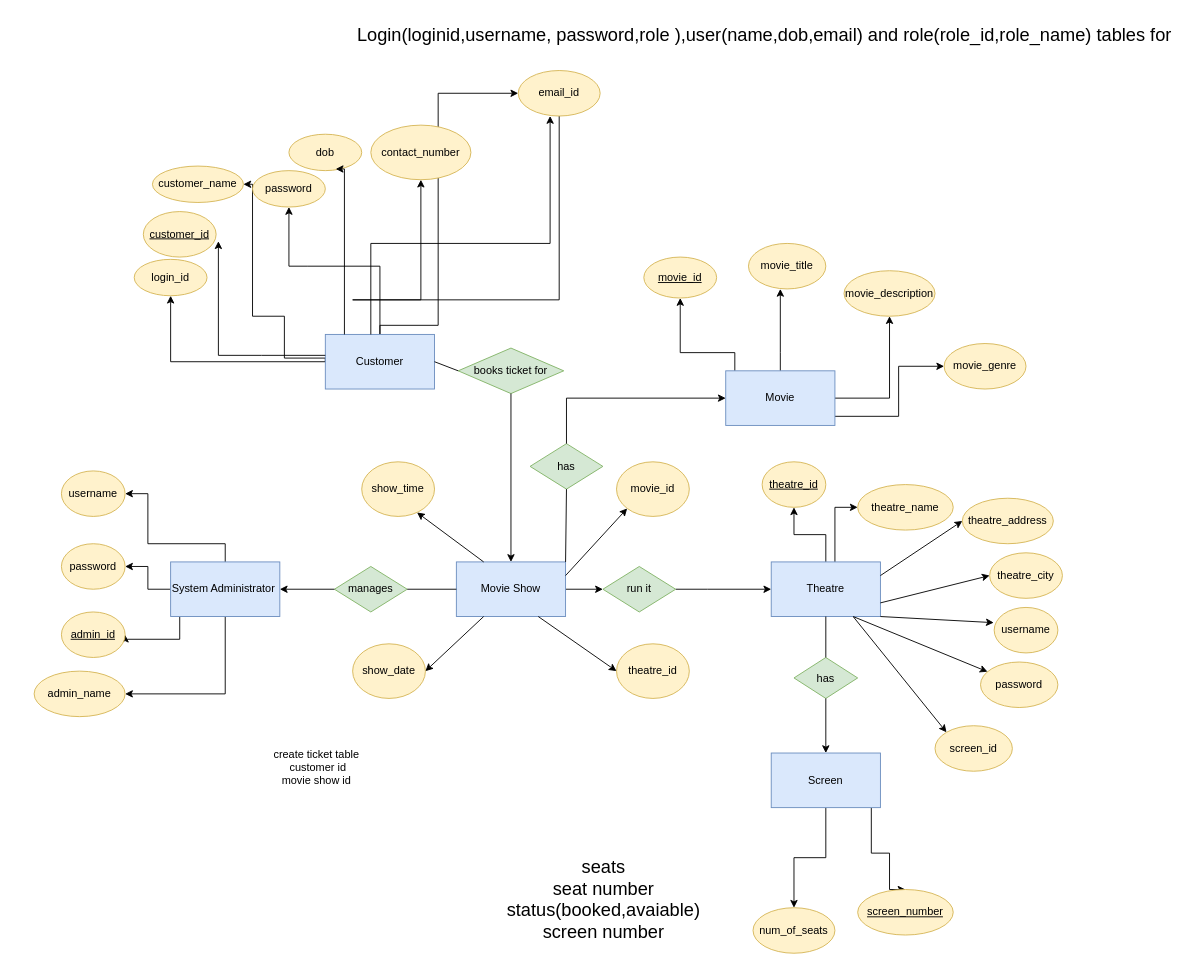
This is page "Page-2" (2 of 2) of usecase diagram.drawio from abhihksd/MovieBookingWebsite, a draw.io file, before an edit. Source tidied: cells renumbered, new cells numbered last; positions are measured from the earlier drawing's top-left corner, leaving out a move shared by most shapes. Both pictures are drawn from the tidied source at 91%, with x=0, y=0 at pixel (34, 15).
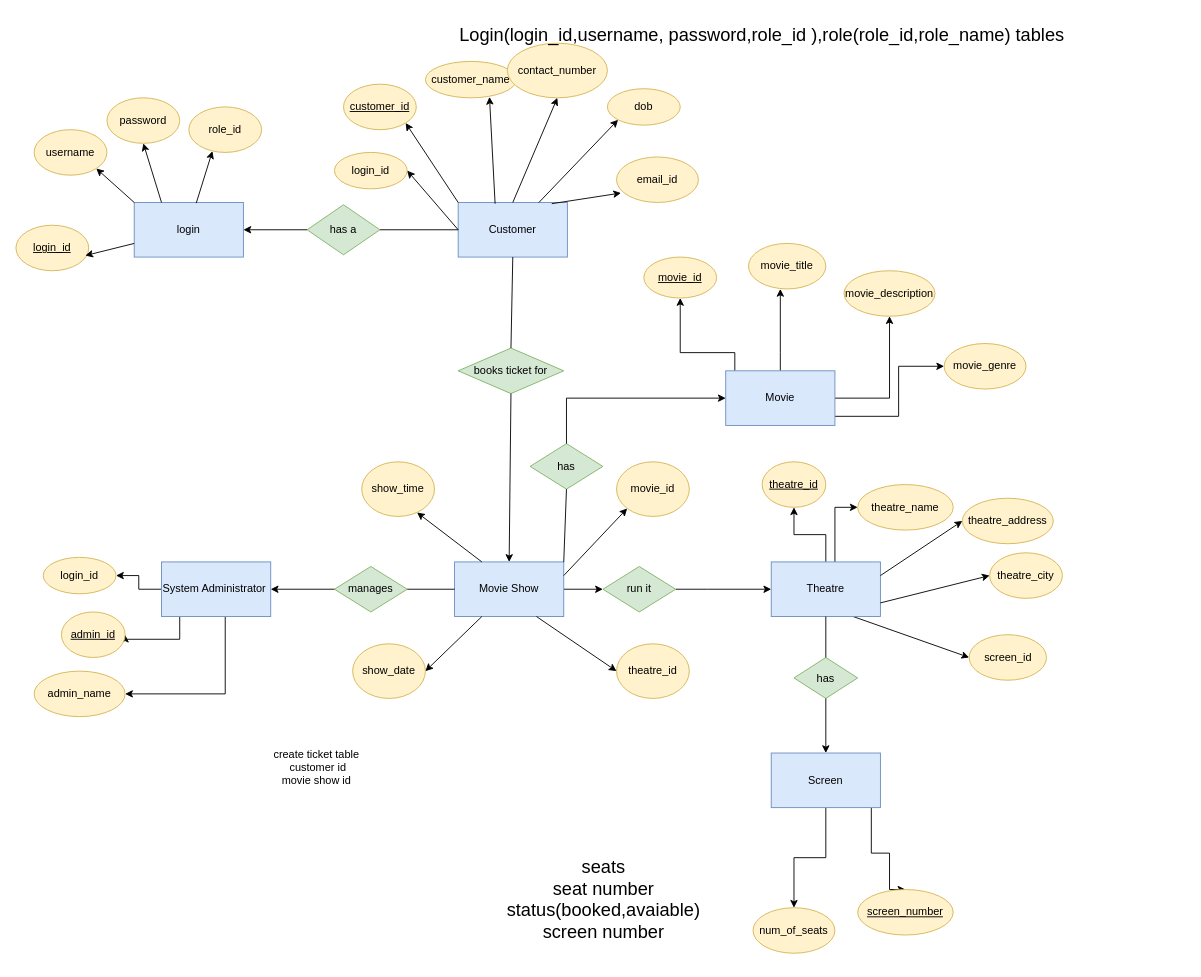
Above is the later version.

The change refers to these unchanged cells:
```xml
<mxCell id="13" value="Theatre" style="rounded=0;whiteSpace=wrap;html=1;fillColor=#dae8fc;strokeColor=#6c8ebf;" parent="1" vertex="1">
  <mxGeometry x="810" y="600" width="120" height="60" as="geometry" />
</mxCell>
<mxCell id="28" value="books ticket for" style="rhombus;whiteSpace=wrap;html=1;fillColor=#d5e8d4;strokeColor=#82b366;" parent="1" vertex="1">
  <mxGeometry x="466" y="365" width="116" height="50" as="geometry" />
</mxCell>
```

What changed in the source:
```diff
@@
     <mxCell id="3" value="Movie Show" style="rounded=0;whiteSpace=wrap;html=1;fillColor=#dae8fc;strokeColor=#6c8ebf;" parent="1" vertex="1">
-      <mxGeometry x="464" y="600" width="120" height="60" as="geometry" />
+      <mxGeometry x="462" y="600" width="120" height="60" as="geometry" />
     </mxCell>
-    <mxCell id="4" style="edgeStyle=orthogonalEdgeStyle;rounded=0;jettySize=auto;html=1;entryX=1;entryY=0.5;entryDx=0;entryDy=0;exitX=0;exitY=0.5;exitDx=0;exitDy=0;" parent="1" edge="1" source="9" target="42">
-      <mxGeometry relative="1" as="geometry">
-        <Array as="points">
-          <mxPoint x="344" y="376" />
-          <mxPoint x="275" y="376" />
-          <mxPoint x="275" y="330" />
-          <mxPoint x="240" y="330" />
-          <mxPoint x="240" y="290" />
-        </Array>
-      </mxGeometry>
-    </mxCell>
-    <mxCell id="5" style="edgeStyle=orthogonalEdgeStyle;rounded=0;jettySize=auto;html=1;" parent="1" edge="1" source="9" target="81">
-      <mxGeometry relative="1" as="geometry">
-        <Array as="points">
-          <mxPoint x="380" y="340" />
-          <mxPoint x="444" y="340" />
-        </Array>
-      </mxGeometry>
-    </mxCell>
-    <mxCell id="6" style="edgeStyle=orthogonalEdgeStyle;rounded=0;jettySize=auto;html=1;entryX=0.5;entryY=1;entryDx=0;entryDy=0;" parent="1" edge="1" source="81" target="44">
-      <mxGeometry relative="1" as="geometry">
-        <Array as="points">
-          <mxPoint x="350" y="312" />
-          <mxPoint x="405" y="312" />
-        </Array>
-      </mxGeometry>
-    </mxCell>
-    <mxCell id="7" style="edgeStyle=orthogonalEdgeStyle;rounded=0;jettySize=auto;html=1;" parent="1" edge="1" source="9" target="67">
-      <mxGeometry relative="1" as="geometry" />
-    </mxCell>
-    <mxCell id="8" style="edgeStyle=orthogonalEdgeStyle;rounded=0;jettySize=auto;html=1;entryX=0.5;entryY=1;entryDx=0;entryDy=0;" parent="1" edge="1" source="9" target="66">
-      <mxGeometry relative="1" as="geometry">
-        <Array as="points">
-          <mxPoint x="300" y="275" />
-          <mxPoint x="230" y="275" />
-        </Array>
-      </mxGeometry>
-    </mxCell>
     <mxCell id="9" value="Customer" style="rounded=0;whiteSpace=wrap;html=1;fillColor=#dae8fc;strokeColor=#6c8ebf;" parent="1" vertex="1">
-      <mxGeometry x="320" y="350" width="120" height="60" as="geometry" />
+      <mxGeometry x="466" y="205" width="120" height="60" as="geometry" />
     </mxCell>
@@
-    <mxCell id="12" style="rounded=0;jettySize=auto;html=1;exitX=0.75;exitY=1;exitDx=0;exitDy=0;entryX=0;entryY=0;entryDx=0;entryDy=0;" parent="1" edge="1" source="13" target="76">
+    <mxCell id="12" style="rounded=0;jettySize=auto;html=1;exitX=0.75;exitY=1;exitDx=0;exitDy=0;entryX=0;entryY=0.5;entryDx=0;entryDy=0;" parent="1" edge="1" source="13" target="76">
       <mxGeometry relative="1" as="geometry" />
     </mxCell>
@@
-    <mxCell id="19" style="edgeStyle=orthogonalEdgeStyle;rounded=0;jettySize=auto;html=1;entryX=1;entryY=0.5;entryDx=0;entryDy=0;" parent="1" edge="1" source="23" target="48">
+    <mxCell id="19" style="edgeStyle=orthogonalEdgeStyle;rounded=0;jettySize=auto;html=1;entryX=1;entryY=0.5;entryDx=0;entryDy=0;" parent="1" edge="1" source="23" target="83">
       <mxGeometry relative="1" as="geometry" />
     </mxCell>
@@
-    <mxCell id="21" style="edgeStyle=orthogonalEdgeStyle;rounded=0;jettySize=auto;html=1;entryX=1;entryY=0.5;entryDx=0;entryDy=0;" parent="1" edge="1" source="23" target="47">
-      <mxGeometry relative="1" as="geometry">
-        <Array as="points">
-          <mxPoint x="210" y="580" />
-          <mxPoint x="125" y="580" />
-          <mxPoint x="125" y="525" />
-        </Array>
-      </mxGeometry>
-    </mxCell>
@@
     <mxCell id="23" value="System Administrator&amp;nbsp;" style="rounded=0;whiteSpace=wrap;html=1;fillColor=#dae8fc;strokeColor=#6c8ebf;" parent="1" vertex="1">
-      <mxGeometry x="150" y="600" width="120" height="60" as="geometry" />
+      <mxGeometry x="140" y="600" width="120" height="60" as="geometry" />
     </mxCell>
@@
-    <mxCell id="29" style="endArrow=none;html=1;rounded=0;exitX=1;exitY=0.5;exitDx=0;exitDy=0;entryX=0;entryY=0.5;entryDx=0;entryDy=0;" parent="1" edge="1" source="9" target="28">
-      <mxGeometry relative="1" as="geometry" />
-    </mxCell>
@@
     <mxCell id="41" value="&lt;u&gt;customer_id&lt;/u&gt;" style="ellipse;whiteSpace=wrap;html=1;fillColor=#fff2cc;strokeColor=#d6b656;" parent="1" vertex="1">
-      <mxGeometry x="120" y="215" width="80" height="50" as="geometry" />
+      <mxGeometry x="340" y="75" width="80" height="50" as="geometry" />
     </mxCell>
     <mxCell id="42" value="customer_name" style="ellipse;whiteSpace=wrap;html=1;fillColor=#fff2cc;strokeColor=#d6b656;" parent="1" vertex="1">
-      <mxGeometry x="130" y="165" width="100" height="40" as="geometry" />
+      <mxGeometry x="430" y="50" width="100" height="40" as="geometry" />
     </mxCell>
     <mxCell id="43" value="dob" style="ellipse;whiteSpace=wrap;html=1;fillColor=#fff2cc;strokeColor=#d6b656;" parent="1" vertex="1">
-      <mxGeometry x="280" y="130" width="80" height="40" as="geometry" />
+      <mxGeometry x="630" y="80" width="80" height="40" as="geometry" />
     </mxCell>
     <mxCell id="44" value="contact_number" style="ellipse;whiteSpace=wrap;html=1;fillColor=#fff2cc;strokeColor=#d6b656;" parent="1" vertex="1">
-      <mxGeometry x="370" y="120" width="110" height="60" as="geometry" />
+      <mxGeometry x="520" y="30" width="110" height="60" as="geometry" />
     </mxCell>
-    <mxCell id="45" style="edgeStyle=orthogonalEdgeStyle;rounded=0;jettySize=auto;html=1;entryX=1.031;entryY=0.652;entryDx=0;entryDy=0;entryPerimeter=0;" parent="1" edge="1" source="9" target="41">
-      <mxGeometry relative="1" as="geometry">
-        <Array as="points">
-          <mxPoint x="250" y="373" />
-          <mxPoint x="250" y="373" />
-        </Array>
-      </mxGeometry>
-    </mxCell>
-    <mxCell id="46" style="edgeStyle=orthogonalEdgeStyle;rounded=0;jettySize=auto;html=1;entryX=0.643;entryY=0.955;entryDx=0;entryDy=0;entryPerimeter=0;" parent="1" edge="1" source="9" target="43">
-      <mxGeometry relative="1" as="geometry">
-        <Array as="points">
-          <mxPoint x="341" y="310" />
-          <mxPoint x="341" y="310" />
-        </Array>
-      </mxGeometry>
-    </mxCell>
-    <mxCell id="47" value="username" style="ellipse;whiteSpace=wrap;html=1;fillColor=#fff2cc;strokeColor=#d6b656;" parent="1" vertex="1">
-      <mxGeometry x="30" y="500" width="70" height="50" as="geometry" />
-    </mxCell>
-    <mxCell id="48" value="password" style="ellipse;whiteSpace=wrap;html=1;fillColor=#fff2cc;strokeColor=#d6b656;" parent="1" vertex="1">
-      <mxGeometry x="30" y="580" width="70" height="50" as="geometry" />
-    </mxCell>
@@
-    <mxCell id="62" value="username" style="ellipse;whiteSpace=wrap;html=1;fillColor=#fff2cc;strokeColor=#d6b656;" parent="1" vertex="1">
-      <mxGeometry x="1055" y="650" width="70" height="50" as="geometry" />
-    </mxCell>
-    <mxCell id="63" value="password" style="ellipse;whiteSpace=wrap;html=1;fillColor=#fff2cc;strokeColor=#d6b656;" parent="1" vertex="1">
-      <mxGeometry x="1040" y="710" width="85" height="50" as="geometry" />
-    </mxCell>
@@
-    <mxCell id="66" value="password" style="ellipse;whiteSpace=wrap;html=1;fillColor=#fff2cc;strokeColor=#d6b656;" parent="1" vertex="1">
-      <mxGeometry x="240" y="170" width="80" height="40" as="geometry" />
-    </mxCell>
     <mxCell id="67" value="login_id" style="ellipse;whiteSpace=wrap;html=1;fillColor=#fff2cc;strokeColor=#d6b656;" parent="1" vertex="1">
-      <mxGeometry x="110" y="267.5" width="80" height="40" as="geometry" />
+      <mxGeometry x="330" y="150" width="80" height="40" as="geometry" />
     </mxCell>
@@
-    <mxCell id="74" style="endArrow=classic;html=1;rounded=0;entryX=-0.007;entryY=0.335;entryDx=0;entryDy=0;entryPerimeter=0;exitX=1;exitY=1;exitDx=0;exitDy=0;" parent="1" edge="1" source="13" target="62">
-      <mxGeometry relative="1" as="geometry" />
-    </mxCell>
-    <mxCell id="75" style="endArrow=classic;html=1;rounded=0;exitX=0.75;exitY=1;exitDx=0;exitDy=0;" parent="1" edge="1" source="13" target="63">
-      <mxGeometry relative="1" as="geometry" />
-    </mxCell>
     <mxCell id="76" value="screen_id" style="ellipse;whiteSpace=wrap;html=1;fillColor=#fff2cc;strokeColor=#d6b656;" parent="1" vertex="1">
-      <mxGeometry x="990" y="780" width="85" height="50" as="geometry" />
+      <mxGeometry x="1027.5" y="680" width="85" height="50" as="geometry" />
     </mxCell>
@@
-    <mxCell id="80" style="edgeStyle=orthogonalEdgeStyle;rounded=0;orthogonalLoop=1;jettySize=auto;html=1;entryX=0.5;entryY=1;entryDx=0;entryDy=0;" parent="1" edge="1">
-      <mxGeometry relative="1" as="geometry">
-        <mxPoint x="370" y="350" as="sourcePoint" />
-        <mxPoint x="567" y="110" as="targetPoint" />
-        <Array as="points">
-          <mxPoint x="370" y="250" />
-          <mxPoint x="567" y="250" />
-        </Array>
-      </mxGeometry>
-    </mxCell>
     <mxCell id="81" value="email_id" style="ellipse;whiteSpace=wrap;html=1;fillColor=#fff2cc;strokeColor=#d6b656;" parent="1" vertex="1">
-      <mxGeometry x="532" y="60" width="90" height="50" as="geometry" />
+      <mxGeometry x="640" y="155" width="90" height="50" as="geometry" />
     </mxCell>
-    <mxCell id="82" value="&lt;font style=&quot;font-size: 20px;&quot;&gt;Login(loginid,username, password,role ),user(name,dob,email) and role(role_id,role_name) tables for&amp;nbsp;&lt;/font&gt;" style="text;html=1;align=center;verticalAlign=middle;strokeColor=none;fillColor=none;" parent="1" vertex="1">
-      <mxGeometry x="345" width="920" height="40" as="geometry" />
+    <mxCell id="82" value="&lt;font style=&quot;font-size: 20px;&quot;&gt;Login(login_id,username, password,role_id ),role(role_id,role_name) tables&amp;nbsp;&amp;nbsp;&lt;/font&gt;" style="text;html=1;align=center;verticalAlign=middle;strokeColor=none;fillColor=none;" parent="1" vertex="1">
+      <mxGeometry x="455" width="700" height="40" as="geometry" />
     </mxCell>
+    <mxCell id="83" value="login_id" style="ellipse;whiteSpace=wrap;html=1;fillColor=#fff2cc;strokeColor=#d6b656;" parent="1" vertex="1">
+      <mxGeometry x="10" y="595" width="80" height="40" as="geometry" />
+    </mxCell>
+    <mxCell id="84" style="endArrow=none;html=1;rounded=0;entryX=0.5;entryY=1;entryDx=0;entryDy=0;exitX=0.5;exitY=0;exitDx=0;exitDy=0;" parent="1" edge="1" source="28" target="9">
+      <mxGeometry relative="1" as="geometry" />
+    </mxCell>
+    <mxCell id="7" style="endArrow=classic;html=1;rounded=0;entryX=1;entryY=0.5;entryDx=0;entryDy=0;exitX=0;exitY=0.5;exitDx=0;exitDy=0;" parent="1" edge="1" source="9" target="67">
+      <mxGeometry relative="1" as="geometry" />
+    </mxCell>
+    <mxCell id="45" style="endArrow=classic;html=1;rounded=0;entryX=1;entryY=1;entryDx=0;entryDy=0;exitX=0;exitY=0;exitDx=0;exitDy=0;" parent="1" edge="1" source="9" target="41">
+      <mxGeometry relative="1" as="geometry" />
+    </mxCell>
+    <mxCell id="85" style="endArrow=classic;html=1;rounded=0;entryX=0.5;entryY=1;entryDx=0;entryDy=0;exitX=0.5;exitY=0;exitDx=0;exitDy=0;" parent="1" edge="1" source="9" target="44">
+      <mxGeometry relative="1" as="geometry" />
+    </mxCell>
+    <mxCell id="4" style="endArrow=classic;html=1;rounded=0;entryX=0.704;entryY=0.974;entryDx=0;entryDy=0;entryPerimeter=0;exitX=0.338;exitY=0.022;exitDx=0;exitDy=0;exitPerimeter=0;" parent="1" edge="1" source="9" target="42">
+      <mxGeometry relative="1" as="geometry" />
+    </mxCell>
+    <mxCell id="46" style="endArrow=classic;html=1;rounded=0;entryX=0;entryY=1;entryDx=0;entryDy=0;" parent="1" edge="1" source="9" target="43">
+      <mxGeometry relative="1" as="geometry" />
+    </mxCell>
+    <mxCell id="5" style="endArrow=classic;html=1;rounded=0;entryX=0.055;entryY=0.792;entryDx=0;entryDy=0;exitX=0.857;exitY=0.022;exitDx=0;exitDy=0;entryPerimeter=0;exitPerimeter=0;" parent="1" edge="1" source="9" target="81">
+      <mxGeometry relative="1" as="geometry" />
+    </mxCell>
+    <mxCell id="86" value="login" style="rounded=0;whiteSpace=wrap;html=1;fillColor=#dae8fc;strokeColor=#6c8ebf;" parent="1" vertex="1">
+      <mxGeometry x="110" y="205" width="120" height="60" as="geometry" />
+    </mxCell>
+    <mxCell id="87" value="username" style="ellipse;whiteSpace=wrap;html=1;fillColor=#fff2cc;strokeColor=#d6b656;" parent="1" vertex="1">
+      <mxGeometry y="125" width="80" height="50" as="geometry" />
+    </mxCell>
+    <mxCell id="88" value="password" style="ellipse;whiteSpace=wrap;html=1;fillColor=#fff2cc;strokeColor=#d6b656;" parent="1" vertex="1">
+      <mxGeometry x="80" y="90" width="80" height="50" as="geometry" />
+    </mxCell>
+    <mxCell id="89" value="role_id" style="ellipse;whiteSpace=wrap;html=1;fillColor=#fff2cc;strokeColor=#d6b656;" parent="1" vertex="1">
+      <mxGeometry x="170" y="100" width="80" height="50" as="geometry" />
+    </mxCell>
+    <mxCell id="90" value="&lt;u&gt;login_id&lt;/u&gt;" style="ellipse;whiteSpace=wrap;html=1;fillColor=#fff2cc;strokeColor=#d6b656;" parent="1" vertex="1">
+      <mxGeometry x="-20" y="230" width="80" height="50" as="geometry" />
+    </mxCell>
+    <mxCell id="91" value="has a" style="rhombus;whiteSpace=wrap;html=1;fillColor=#d5e8d4;strokeColor=#82b366;" parent="1" vertex="1">
+      <mxGeometry x="300" y="207.5" width="80" height="55" as="geometry" />
+    </mxCell>
+    <mxCell id="92" style="endArrow=none;html=1;rounded=0;entryX=0;entryY=0.5;entryDx=0;entryDy=0;exitX=1;exitY=0.5;exitDx=0;exitDy=0;" parent="1" edge="1" source="91" target="9">
+      <mxGeometry relative="1" as="geometry" />
+    </mxCell>
+    <mxCell id="93" style="endArrow=classic;html=1;rounded=0;entryX=1;entryY=0.5;entryDx=0;entryDy=0;exitX=0;exitY=0.5;exitDx=0;exitDy=0;" parent="1" edge="1" source="91" target="86">
+      <mxGeometry relative="1" as="geometry" />
+    </mxCell>
+    <mxCell id="94" style="endArrow=classic;html=1;rounded=0;entryX=0.324;entryY=0.972;entryDx=0;entryDy=0;entryPerimeter=0;exitX=0.568;exitY=0.011;exitDx=0;exitDy=0;exitPerimeter=0;" parent="1" edge="1" source="86" target="89">
+      <mxGeometry relative="1" as="geometry" />
+    </mxCell>
+    <mxCell id="95" style="endArrow=classic;html=1;rounded=0;entryX=0.5;entryY=1;entryDx=0;entryDy=0;exitX=0.25;exitY=0;exitDx=0;exitDy=0;" parent="1" edge="1" source="86" target="88">
+      <mxGeometry relative="1" as="geometry" />
+    </mxCell>
+    <mxCell id="96" style="endArrow=classic;html=1;rounded=0;entryX=1;entryY=1;entryDx=0;entryDy=0;exitX=0;exitY=0;exitDx=0;exitDy=0;" parent="1" edge="1" source="86" target="87">
+      <mxGeometry relative="1" as="geometry" />
+    </mxCell>
+    <mxCell id="97" style="endArrow=classic;html=1;rounded=0;entryX=0.953;entryY=0.667;entryDx=0;entryDy=0;entryPerimeter=0;exitX=0;exitY=0.75;exitDx=0;exitDy=0;" parent="1" edge="1" source="86" target="90">
+      <mxGeometry relative="1" as="geometry" />
+    </mxCell>
```
